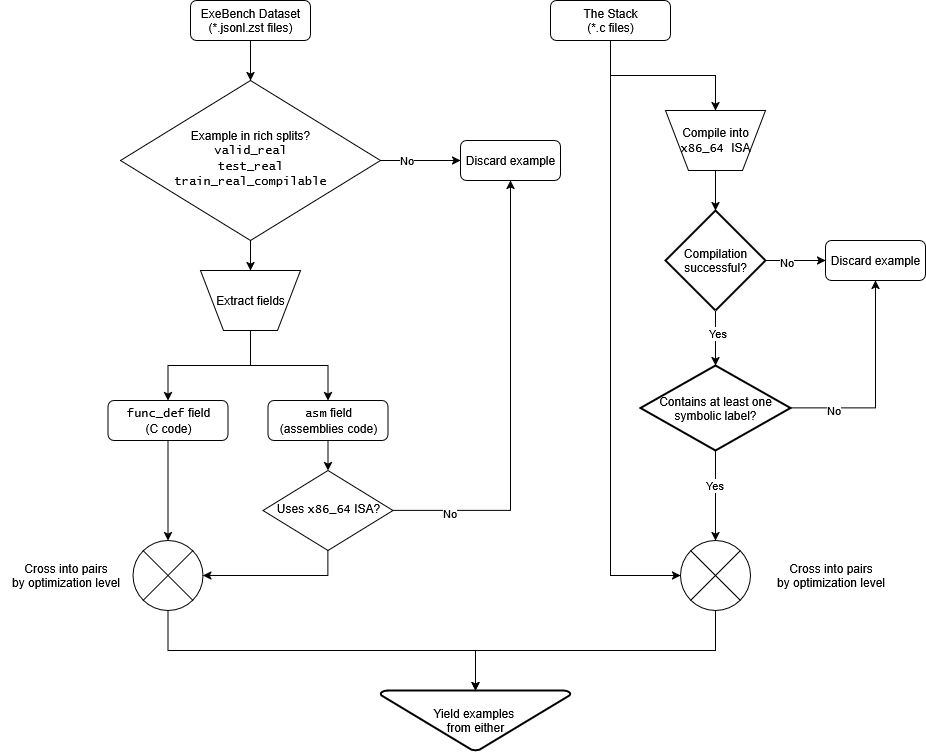
Above: article/images/data_gen_pipeline.png in archibald-carrion/decompiler (draw.io), before the change. Source tidied: cells renumbered, new cells last; positions are measured from the earlier drawing's top-left corner, leaving out a move shared by most shapes.
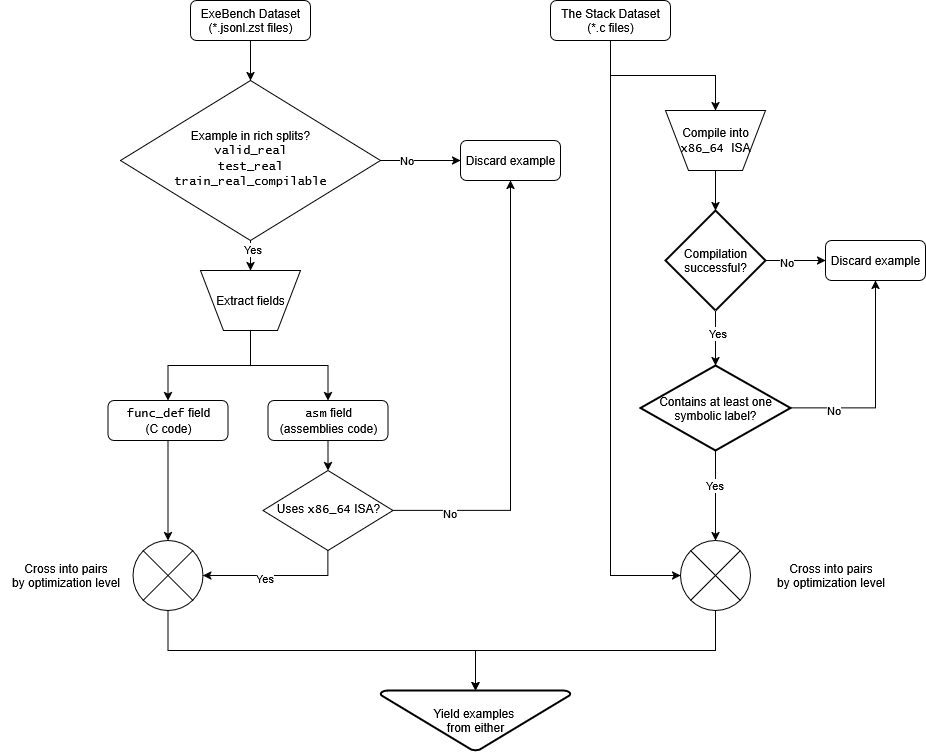
The same diagram one commit later.

Commit message:
Fixed typos in figure

Change to the diagram source:
```diff
@@ -5,7 +5,7 @@
     <mxCell id="2" style="edgeStyle=orthogonalEdgeStyle;rounded=0;jettySize=auto;html=1;exitX=0.5;exitY=1;exitDx=0;exitDy=0;entryX=0.5;entryY=0;entryDx=0;entryDy=0;" parent="1" edge="1" source="3" target="20">
       <mxGeometry relative="1" as="geometry" />
     </mxCell>
-    <mxCell id="3" value="&lt;div&gt;The Stack&lt;/div&gt;&lt;div&gt;(*.c files)&lt;/div&gt;" style="rounded=1;whiteSpace=wrap;html=1;fontSize=12;glass=0;strokeWidth=1;shadow=0;" parent="1" vertex="1">
+    <mxCell id="3" value="&lt;div&gt;The Stack Dataset&lt;/div&gt;&lt;div&gt;(*.c files)&lt;/div&gt;" style="rounded=1;whiteSpace=wrap;html=1;fontSize=12;glass=0;strokeWidth=1;shadow=0;" parent="1" vertex="1">
       <mxGeometry x="550" width="120" height="40" as="geometry" />
     </mxCell>
     <mxCell id="4" value="&lt;div&gt;&lt;font face=&quot;Lucida Console&quot;&gt;func_def&lt;/font&gt; field&lt;/div&gt;&lt;div&gt;(C code)&lt;/div&gt;" style="rounded=1;whiteSpace=wrap;html=1;fontSize=12;glass=0;strokeWidth=1;shadow=0;" parent="1" vertex="1">
@@ -29,6 +29,9 @@
     <mxCell id="10" style="edgeStyle=orthogonalEdgeStyle;rounded=0;jettySize=auto;html=1;exitX=0.5;exitY=1;exitDx=0;exitDy=0;entryX=0.5;entryY=0;entryDx=0;entryDy=0;" parent="1" edge="1" source="11" target="19">
       <mxGeometry relative="1" as="geometry" />
     </mxCell>
+    <mxCell id="45" value="Yes" style="edgeLabel;html=1;align=center;verticalAlign=middle;" parent="10" vertex="1">
+      <mxGeometry x="-0.49" y="1" relative="1" as="geometry" />
+    </mxCell>
     <mxCell id="11" value="&lt;div&gt;Example in rich splits?&lt;/div&gt;&lt;div&gt;&lt;font face=&quot;Lucida Console&quot;&gt;valid_real&lt;/font&gt;&lt;/div&gt;&lt;div&gt;&lt;font face=&quot;Lucida Console&quot;&gt;test_real&lt;/font&gt;&lt;/div&gt;&lt;div&gt;&lt;font face=&quot;Lucida Console&quot;&gt;train_real_compilable&lt;/font&gt;&lt;/div&gt;" style="rhombus;whiteSpace=wrap;html=1;shadow=0;fontFamily=Helvetica;fontSize=12;align=center;strokeWidth=1;spacing=6;spacingTop=-4;" parent="1" vertex="1">
       <mxGeometry x="120" y="80" width="260" height="160" as="geometry" />
     </mxCell>
@@ -101,6 +104,9 @@
     <mxCell id="34" style="edgeStyle=orthogonalEdgeStyle;rounded=0;jettySize=auto;html=1;exitX=0.5;exitY=1;exitDx=0;exitDy=0;entryX=1;entryY=0.5;entryDx=0;entryDy=0;entryPerimeter=0;" parent="1" edge="1" source="16" target="37">
       <mxGeometry relative="1" as="geometry" />
     </mxCell>
+    <mxCell id="46" value="Yes" style="edgeLabel;html=1;align=center;verticalAlign=middle;" parent="34" vertex="1">
+      <mxGeometry x="0.19" y="2" relative="1" as="geometry" />
+    </mxCell>
     <mxCell id="35" style="edgeStyle=orthogonalEdgeStyle;rounded=0;jettySize=auto;html=1;exitX=0.5;exitY=1;exitDx=0;exitDy=0;entryX=0.5;entryY=0;entryDx=0;entryDy=0;entryPerimeter=0;" parent="1" edge="1" source="4" target="37">
       <mxGeometry relative="1" as="geometry" />
     </mxCell>
```
